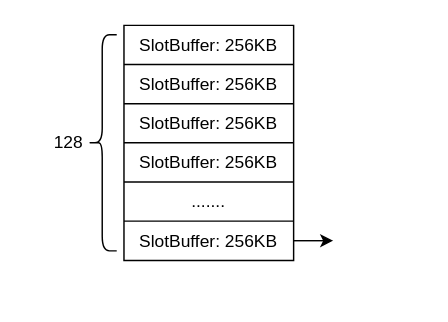
Earlier version of the draw.io diagram Wiredtiger_并发提交.drawio (TimerIzaya/TimerBlogPic). Source tidied: cells renumbered, new cells numbered last; positions are measured from the earlier drawing's top-left corner, leaving out a move shared by most shapes. Both pictures are drawn from the tidied source at 145%, with x=0, y=0 at pixel (25, 25).
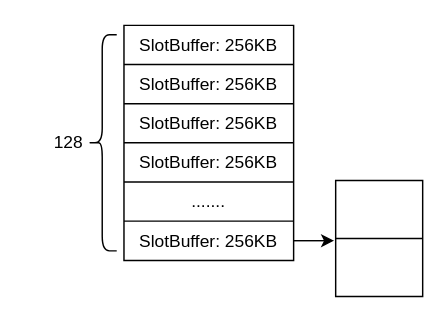
After the change.

Commit message (it also covers changes not shown here):
更新Wiredtiger_并发提交.drawio

The change refers to these unchanged cells:
```xml
<mxCell id="13" style="shape=tableRow;horizontal=0;startSize=0;swimlaneHead=0;swimlaneBody=0;top=0;left=0;bottom=0;right=0;fillColor=none;points=[[0,0.5],[1,0.5]];portConstraint=eastwest;" parent="2" vertex="1">
  <mxGeometry y="135" width="117" height="27" as="geometry" />
</mxCell>
```

Change to the diagram source:
```diff
@@
-    <mxCell id="17" style="edgeStyle=orthogonalEdgeStyle;rounded=0;jettySize=auto;html=1;" parent="1" edge="1" source="13">
-      <mxGeometry relative="1" as="geometry">
-        <mxPoint x="212.3" y="148.5" as="targetPoint" />
-      </mxGeometry>
-    </mxCell>
+    <mxCell id="18" style="edgeStyle=orthogonalEdgeStyle;rounded=0;jettySize=auto;html=1;" parent="1" edge="1" source="13">
+      <mxGeometry relative="1" as="geometry">
+        <mxPoint x="212.9" y="148.5" as="targetPoint" />
+      </mxGeometry>
+    </mxCell>
+    <mxCell id="19" style="shape=table;html=1;whiteSpace=wrap;startSize=0;childLayout=tableLayout;" parent="1" vertex="1">
+      <mxGeometry x="214" y="107" width="60" height="80" as="geometry" />
+    </mxCell>
+    <mxCell id="20" style="shape=tableRow;horizontal=0;startSize=0;swimlaneHead=0;swimlaneBody=0;top=0;left=0;bottom=0;right=0;fillColor=none;" parent="19" vertex="1">
+      <mxGeometry width="60" height="40" as="geometry" />
+    </mxCell>
+    <mxCell id="21" style="shape=partialRectangle;html=1;whiteSpace=wrap;fillColor=none;top=0;left=0;bottom=0;right=0;overflow=hidden;" parent="20" vertex="1">
+      <mxGeometry width="60" height="40" as="geometry" />
+    </mxCell>
+    <mxCell id="22" style="shape=tableRow;horizontal=0;startSize=0;swimlaneHead=0;swimlaneBody=0;top=0;left=0;bottom=0;right=0;fillColor=none;" parent="19" vertex="1">
+      <mxGeometry y="40" width="60" height="40" as="geometry" />
+    </mxCell>
+    <mxCell id="23" style="shape=partialRectangle;html=1;whiteSpace=wrap;fillColor=none;top=0;left=0;bottom=0;right=0;overflow=hidden;" parent="22" vertex="1">
+      <mxGeometry width="60" height="40" as="geometry" />
+    </mxCell>
```
